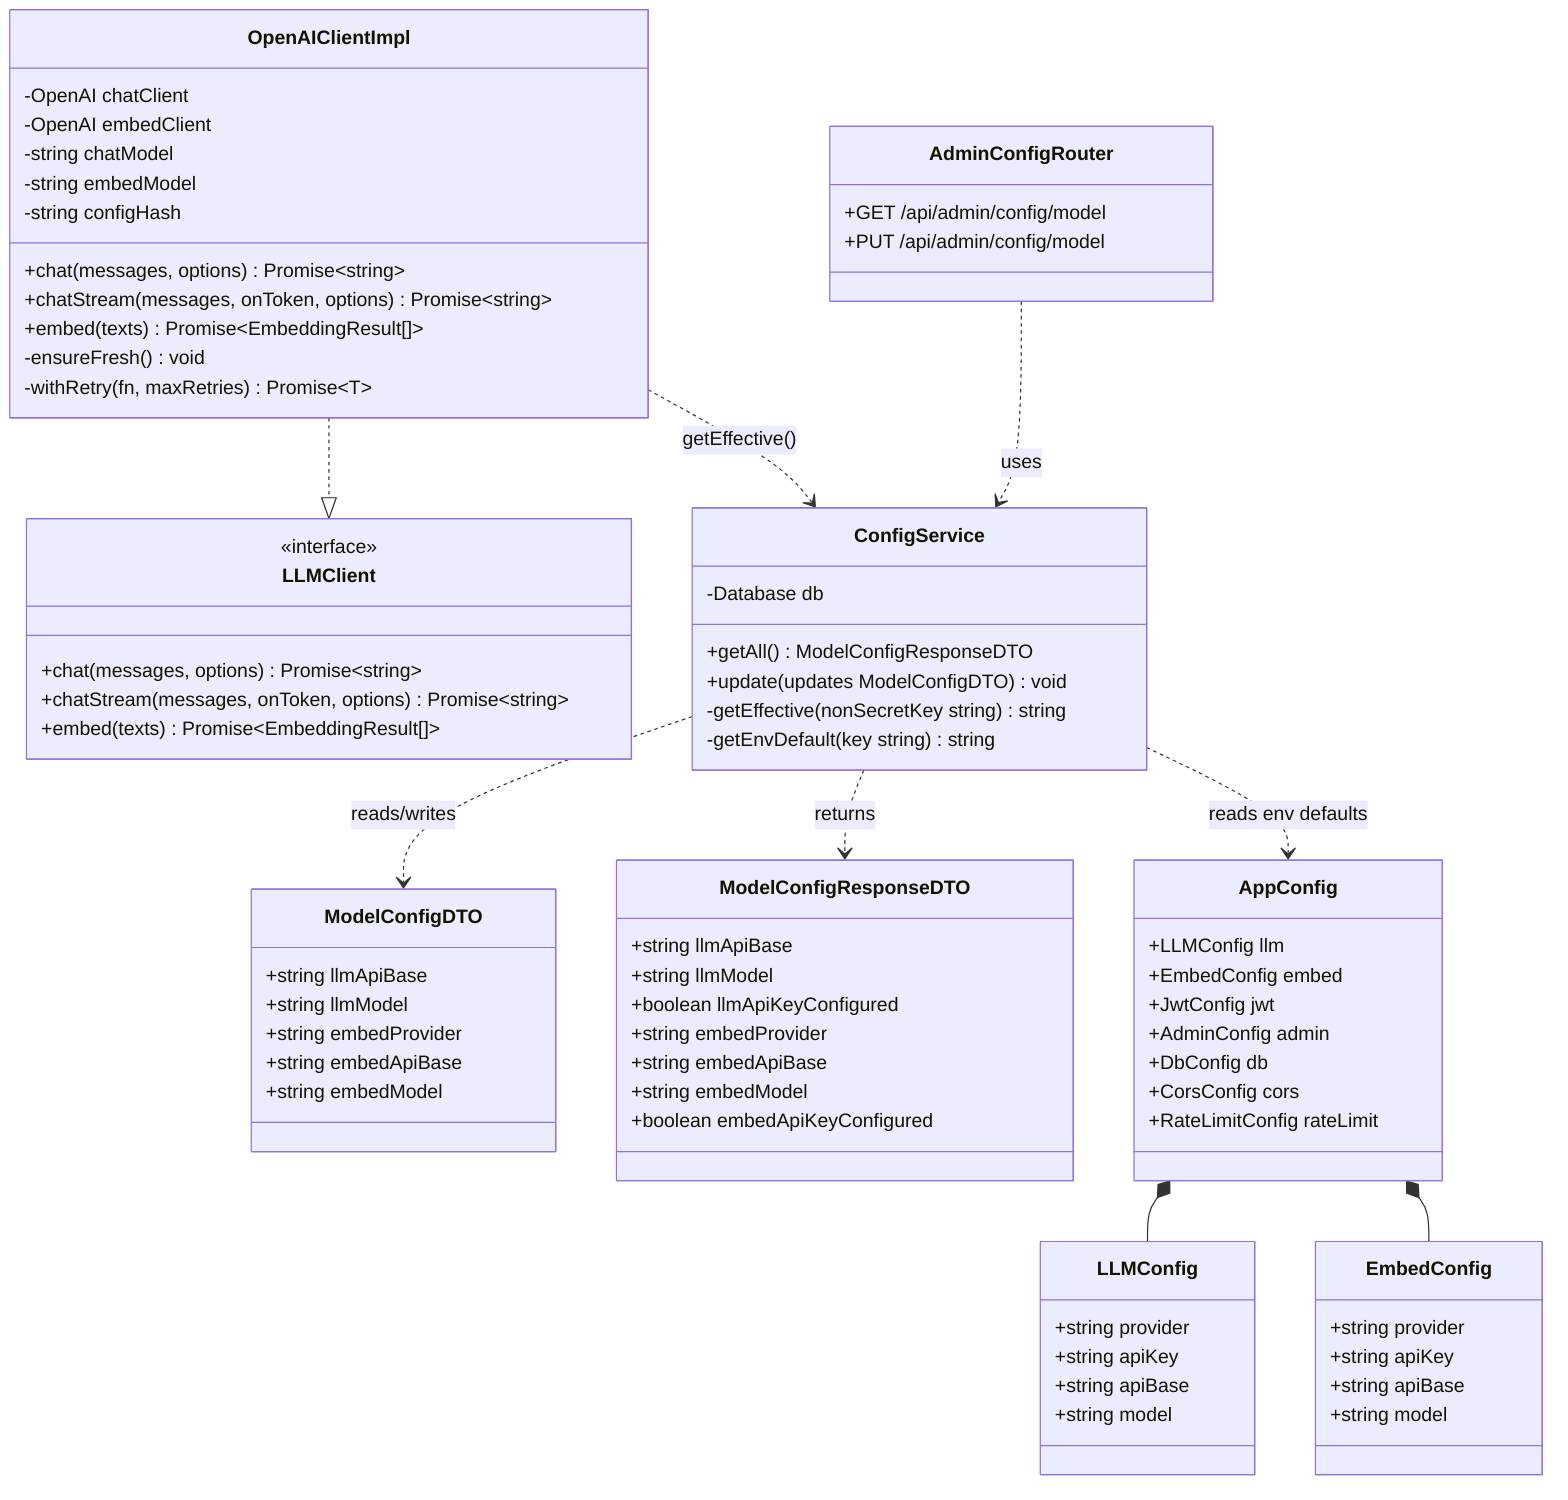
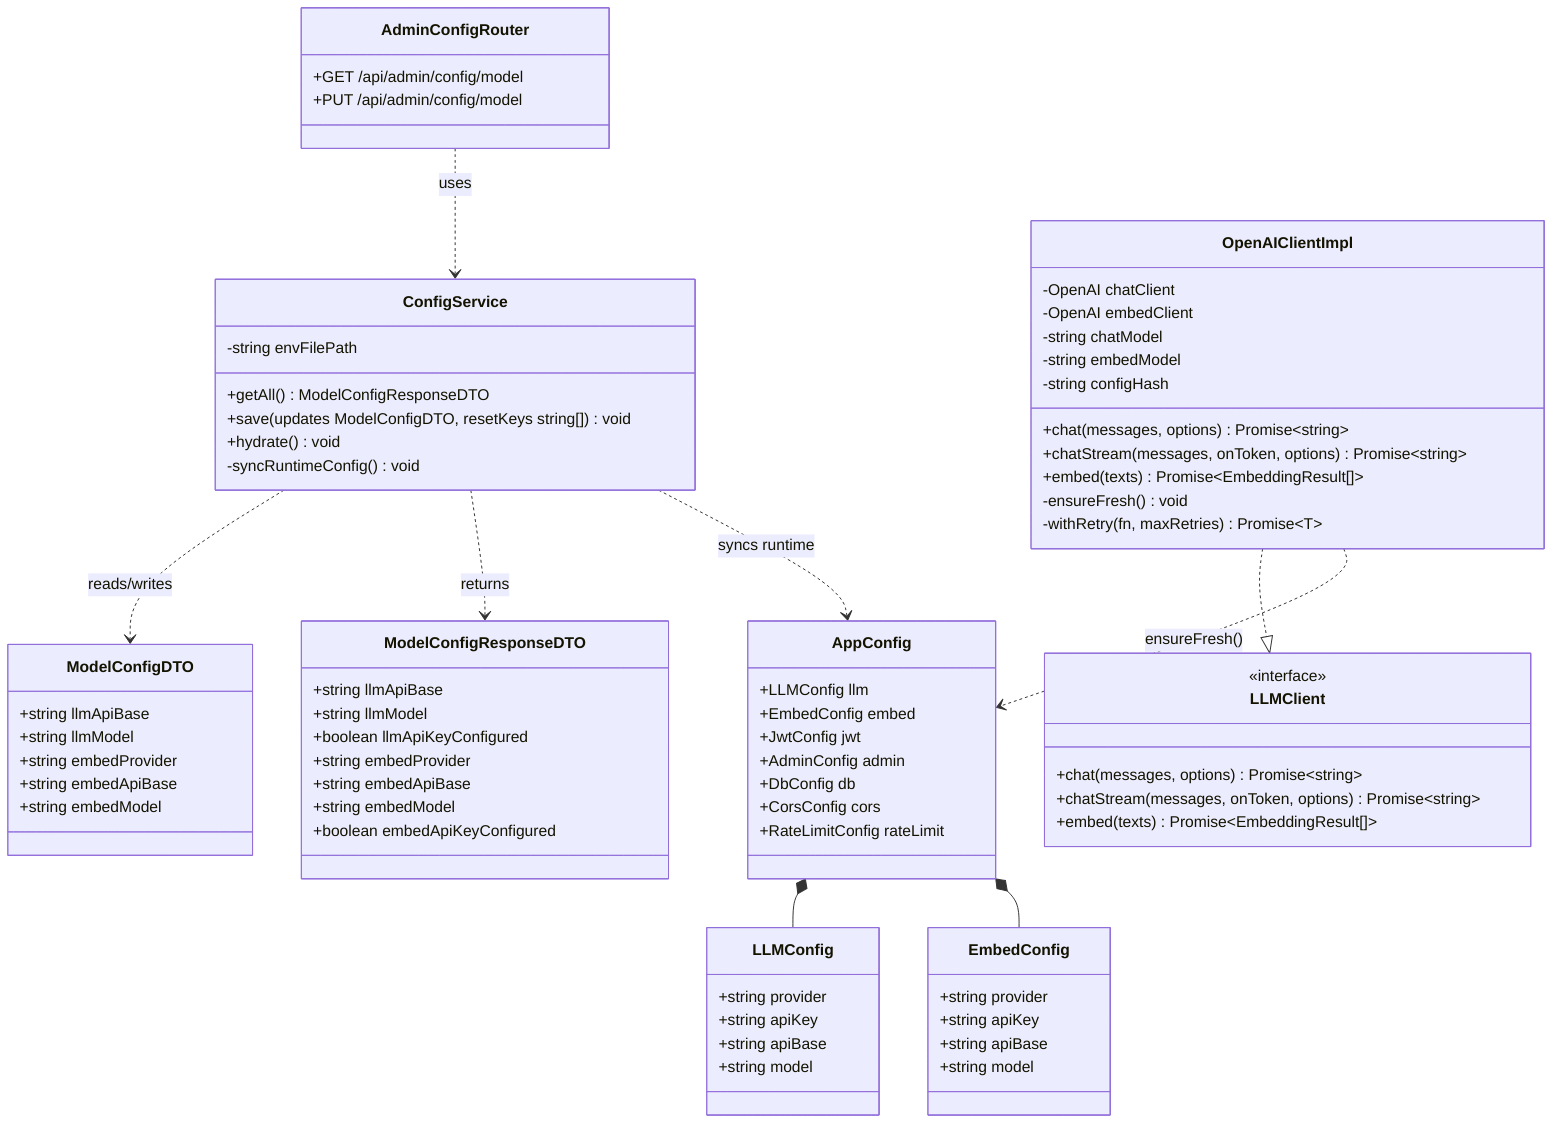
classDiagram
    %% ── Config Interfaces ──
    class LLMConfig {
        +string provider
        +string apiKey
        +string apiBase
        +string model
    }

    class EmbedConfig {
        +string provider
        +string apiKey
        +string apiBase
        +string model
    }

    class AppConfig {
        +LLMConfig llm
        +EmbedConfig embed
        +JwtConfig jwt
        +AdminConfig admin
        +DbConfig db
        +CorsConfig cors
        +RateLimitConfig rateLimit
    }

    %% ── DTO ──
    class ModelConfigDTO {
        +string llmApiBase
        +string llmModel
        +string embedProvider
        +string embedApiBase
        +string embedModel
    }

    class ModelConfigResponseDTO {
        +string llmApiBase
        +string llmModel
        +boolean llmApiKeyConfigured
        +string embedProvider
        +string embedApiBase
        +string embedModel
        +boolean embedApiKeyConfigured
    }

    %% ── Service ──
    class ConfigService {
-         -Database db
+         -string envFilePath
        +getAll() ModelConfigResponseDTO
-         +update(updates ModelConfigDTO) void
-         -getEffective(nonSecretKey string) string
-         -getEnvDefault(key string) string
+         +save(updates ModelConfigDTO, resetKeys string[]) void
+         +hydrate() void
+         -syncRuntimeConfig() void
    }

    %% ── LLM Client ──
    class OpenAIClientImpl {
        -OpenAI chatClient
        -OpenAI embedClient
        -string chatModel
        -string embedModel
        -string configHash
        +chat(messages, options) Promise~string~
        +chatStream(messages, onToken, options) Promise~string~
        +embed(texts) Promise~EmbeddingResult[]~
        -ensureFresh() void
        -withRetry(fn, maxRetries) Promise~T~
    }

    class LLMClient {
        <<interface>>
        +chat(messages, options) Promise~string~
        +chatStream(messages, onToken, options) Promise~string~
        +embed(texts) Promise~EmbeddingResult[]~
    }

    %% ── Router ──
    class AdminConfigRouter {
        +GET /api/admin/config/model
        +PUT /api/admin/config/model
    }

    %% ── Relationships ──
    AppConfig *-- LLMConfig
    AppConfig *-- EmbedConfig
    ConfigService ..> ModelConfigDTO : reads/writes
    ConfigService ..> ModelConfigResponseDTO : returns
-     ConfigService ..> AppConfig : reads env defaults
+     ConfigService ..> AppConfig : syncs runtime
    OpenAIClientImpl ..|> LLMClient
-     OpenAIClientImpl ..> ConfigService : getEffective()
+     OpenAIClientImpl ..> AppConfig : ensureFresh()
    AdminConfigRouter ..> ConfigService : uses
